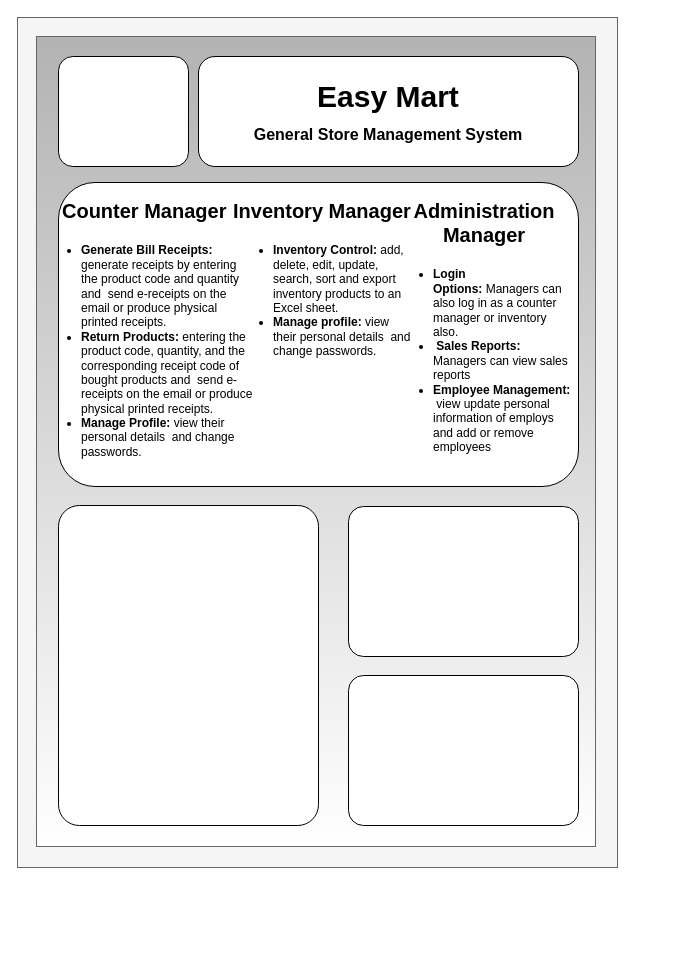
This is recipt_project/documentation/poster.drawio from FawadSaqlain/DBMS-PROJECT, a draw.io file, before an edit. Source tidied: cells renumbered, new cells numbered last; positions are measured from the earlier drawing's top-left corner, leaving out a move shared by most shapes. Both pictures are drawn from the tidied source at 100%, with x=0, y=0 at pixel (17, 17).
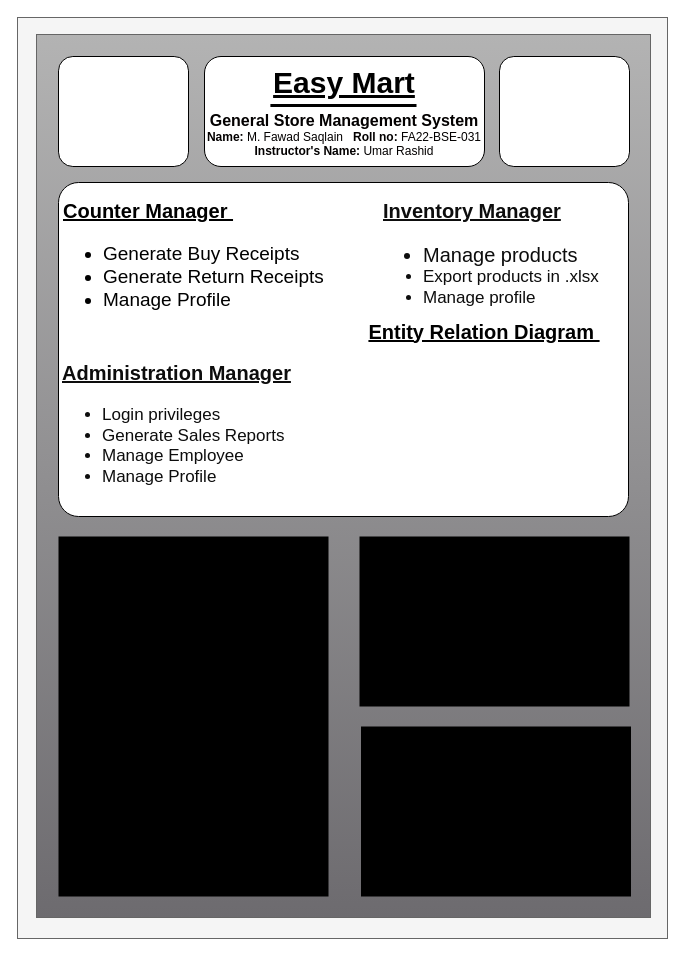
The same diagram, later.

Change to the diagram source:
```diff
@@
 <mxGraphModel>
   <root>
     <mxCell id="0" />
     <mxCell id="1" parent="0" />
     <mxCell id="2" style="rounded=0;whiteSpace=wrap;html=1;fillColor=#f5f5f5;fontColor=#db1414;strokeColor=#666666;" parent="1" vertex="1">
-      <mxGeometry width="600" height="850" as="geometry" />
+      <mxGeometry width="650" height="921" as="geometry" />
     </mxCell>
-    <mxCell id="3" style="rounded=0;whiteSpace=wrap;html=1;fillColor=default;gradientColor=#b3b3b3;strokeColor=#666666;rotation=-180;fontColor=#db1414;" parent="1" vertex="1">
-      <mxGeometry x="19" y="19" width="559" height="810" as="geometry" />
+    <mxCell id="3" style="rounded=0;whiteSpace=wrap;html=1;fillColor=#6d6b6f;gradientColor=#b3b3b3;strokeColor=#666666;rotation=-180;fontColor=#db1414;" parent="1" vertex="1">
+      <mxGeometry x="19" y="17" width="614" height="883" as="geometry" />
     </mxCell>
-    <mxCell id="4" value="&lt;h2 style=&quot;margin: 0px 0px 10px; padding: 0px; box-sizing: border-box; animation: 1.5s ease-out 0s 1 normal none running fadeInDown; font-family: Arial, sans-serif;&quot;&gt;&lt;font style=&quot;font-size: 30px;&quot; color=&quot;#000000&quot;&gt;Easy Mart&lt;/font&gt;&lt;/h2&gt;&lt;div style=&quot;font-size: 16px;&quot;&gt;&lt;font color=&quot;#030000&quot;&gt;&lt;b&gt;General Store Management System&lt;/b&gt;&lt;/font&gt;&lt;font style=&quot;font-size: 16px;&quot; color=&quot;#000000&quot;&gt;&lt;br&gt;&lt;/font&gt;&lt;/div&gt;" style="rounded=1;whiteSpace=wrap;html=1;fillColor=#ffffff;fontColor=#db1414;" parent="1" vertex="1">
-      <mxGeometry x="181" y="39" width="380" height="110" as="geometry" />
+    <mxCell id="4" value="&lt;h2 style=&quot;margin: 0px 0px 10px; padding: 0px; box-sizing: border-box; animation: 1.5s ease-out 0s 1 normal none running fadeInDown; font-family: Arial, sans-serif;&quot;&gt;&lt;font style=&quot;font-size: 30px;&quot; color=&quot;#000000&quot;&gt;&lt;u&gt;Easy Mart&lt;/u&gt;&lt;/font&gt;&lt;/h2&gt;&lt;div style=&quot;font-size: 16px;&quot;&gt;&lt;font color=&quot;#030000&quot;&gt;&lt;b&gt;General Store&amp;nbsp;&lt;/b&gt;&lt;/font&gt;&lt;b style=&quot;background-color: initial; color: rgb(3, 0, 0);&quot;&gt;Management System&lt;/b&gt;&lt;/div&gt;&lt;div style=&quot;&quot;&gt;&lt;font style=&quot;font-size: 12px;&quot; color=&quot;#030000&quot;&gt;&lt;b&gt;Name: &lt;/b&gt;M. Fawad Saqlain&lt;b&gt;&amp;nbsp; &amp;nbsp;Roll no: &lt;/b&gt;FA22-BSE-031&lt;/font&gt;&lt;/div&gt;&lt;div style=&quot;&quot;&gt;&lt;font style=&quot;font-size: 12px;&quot; color=&quot;#030000&quot;&gt;&lt;b&gt;Instructor's Name:&amp;nbsp;&lt;/b&gt;Umar Rashid&lt;/font&gt;&lt;/div&gt;" style="rounded=1;whiteSpace=wrap;html=1;fillColor=#ffffff;fontColor=#db1414;" parent="1" vertex="1">
+      <mxGeometry x="187" y="39" width="280" height="110" as="geometry" />
     </mxCell>
     <mxCell id="5" style="rounded=1;whiteSpace=wrap;html=1;fillColor=#ffffff;arcSize=13;fontColor=#db1414;" parent="1" vertex="1">
       <mxGeometry x="41" y="39" width="130" height="110" as="geometry" />
     </mxCell>
-    <mxCell id="6" style="rounded=1;whiteSpace=wrap;html=1;fillColor=#ffffff;arcSize=8;fontColor=#db1414;strokeColor=#000000;" parent="1" vertex="1">
-      <mxGeometry x="41" y="488" width="260" height="320" as="geometry" />
+    <mxCell id="6" style="rounded=1;whiteSpace=wrap;html=1;fillColor=#000000;arcSize=0;fontColor=#db1414;strokeColor=none;" parent="1" vertex="1">
+      <mxGeometry x="41" y="519" width="270" height="360" as="geometry" />
     </mxCell>
-    <mxCell id="7" style="rounded=1;whiteSpace=wrap;html=1;fillColor=#ffffff;arcSize=10;fontColor=#db1414;strokeColor=#000000;" parent="1" vertex="1">
-      <mxGeometry x="331" y="658" width="230" height="150" as="geometry" />
+    <mxCell id="7" style="rounded=1;whiteSpace=wrap;html=1;fillColor=#000000;arcSize=0;fontColor=#000000;strokeColor=none;" parent="1" vertex="1">
+      <mxGeometry x="343.5" y="709" width="270" height="170" as="geometry" />
     </mxCell>
-    <mxCell id="8" style="rounded=1;whiteSpace=wrap;html=1;fillColor=#ffffff;arcSize=10;fontColor=#db1414;strokeColor=#000000;" parent="1" vertex="1">
-      <mxGeometry x="331" y="489" width="230" height="150" as="geometry" />
+    <mxCell id="8" style="rounded=1;whiteSpace=wrap;html=1;fillColor=#000000;arcSize=0;fontColor=#db1414;strokeColor=none;" parent="1" vertex="1">
+      <mxGeometry x="342" y="519" width="270" height="170" as="geometry" />
     </mxCell>
-    <mxCell id="9" style="rounded=1;whiteSpace=wrap;html=1;fillColor=#ffffff;arcSize=12;fontColor=#db1414;" parent="1" vertex="1">
-      <mxGeometry x="41" y="165" width="520" height="304" as="geometry" />
+    <mxCell id="9" style="rounded=1;whiteSpace=wrap;html=1;fillColor=#ffffff;arcSize=6;fontColor=#db1414;" parent="1" vertex="1">
+      <mxGeometry x="41" y="165" width="570" height="334" as="geometry" />
     </mxCell>
+    <mxCell id="13" style="rounded=1;whiteSpace=wrap;html=1;fillColor=#ffffff;arcSize=13;fontColor=#db1414;" parent="1" vertex="1">
+      <mxGeometry x="482" y="39" width="130" height="110" as="geometry" />
+    </mxCell>
-    <mxCell id="10" value="&lt;h1 style=&quot;text-align: center; font-size: 20px;&quot;&gt;&lt;font style=&quot;font-size: 20px;&quot;&gt;Counter Manager&amp;nbsp;&lt;/font&gt;&lt;/h1&gt;&lt;p style=&quot;font-size: 20px;&quot;&gt;&lt;/p&gt;&lt;ul style=&quot;&quot;&gt;&lt;li style=&quot;&quot;&gt;&lt;b&gt;Generate Bill Receipts:&amp;nbsp; &lt;/b&gt;generate receipts by entering the product code and quantity and&amp;nbsp; send e-receipts on the email or produce physical printed receipts.&lt;br&gt;&lt;/li&gt;&lt;li style=&quot;&quot;&gt;&lt;b&gt;Return Products:&amp;nbsp;&lt;/b&gt;entering the product code, quantity, and the corresponding receipt code of bought products and&amp;nbsp; send e-receipts on&amp;nbsp;the email or produce physical printed receipts.&lt;/li&gt;&lt;li style=&quot;&quot;&gt;&lt;b&gt;Manage Profile:&amp;nbsp;&lt;/b&gt;view their personal details&amp;nbsp; and change passwords.&lt;/li&gt;&lt;/ul&gt;&lt;p&gt;&lt;/p&gt;" style="text;html=1;spacing=5;spacingTop=-20;whiteSpace=wrap;overflow=hidden;rounded=0;fontColor=#000000;" parent="1" vertex="1">
-      <mxGeometry x="19" y="179" width="220" height="270" as="geometry" />
+    <mxCell id="10" value="&lt;h1 style=&quot;font-size: 20px;&quot;&gt;&lt;font style=&quot;font-size: 20px;&quot;&gt;&lt;u&gt;Counter Manager&amp;nbsp;&lt;/u&gt;&lt;/font&gt;&lt;/h1&gt;&lt;p style=&quot;font-size: 20px;&quot;&gt;&lt;/p&gt;&lt;ul style=&quot;font-size: 19px;&quot;&gt;&lt;li style=&quot;&quot;&gt;Generate Buy Receipts&lt;br&gt;&lt;/li&gt;&lt;li style=&quot;&quot;&gt;Generate&amp;nbsp;Return Receipts&lt;/li&gt;&lt;li&gt;&lt;span style=&quot;background-color: initial;&quot;&gt;Manage Profile&lt;/span&gt;&lt;/li&gt;&lt;/ul&gt;&lt;p&gt;&lt;/p&gt;" style="text;html=1;spacing=5;spacingTop=-20;whiteSpace=wrap;overflow=hidden;rounded=0;fontColor=#000000;verticalAlign=top;" parent="1" vertex="1">
+      <mxGeometry x="41" y="179" width="275" height="152" as="geometry" />
     </mxCell>
-    <mxCell id="11" value="&lt;h1 style=&quot;font-size: 20px;&quot;&gt;&lt;font style=&quot;font-size: 20px;&quot;&gt;Inventory Manager&lt;/font&gt;&lt;/h1&gt;&lt;p style=&quot;font-size: 20px;&quot;&gt;&lt;/p&gt;&lt;ul style=&quot;&quot;&gt;&lt;li&gt;&lt;b&gt;Inventory Control:&amp;nbsp;&lt;/b&gt;add, delete, edit, update, search, sort and export inventory products to an Excel sheet.&amp;nbsp;&lt;/li&gt;&lt;li style=&quot;&quot;&gt;&lt;b&gt;Manage profile:&amp;nbsp;&lt;/b&gt;view their personal details&amp;nbsp; and change passwords.&lt;/li&gt;&lt;/ul&gt;&lt;p&gt;&lt;/p&gt;" style="text;html=1;spacing=5;spacingTop=-20;whiteSpace=wrap;overflow=hidden;rounded=0;fontColor=#000000;align=left;" parent="1" vertex="1">
-      <mxGeometry x="211" y="179" width="190" height="270" as="geometry" />
+    <mxCell id="11" value="&lt;h1 style=&quot;font-size: 20px;&quot;&gt;&lt;font style=&quot;font-size: 20px;&quot;&gt;&lt;u style=&quot;&quot;&gt;Inventory Manager&lt;/u&gt;&lt;/font&gt;&lt;/h1&gt;&lt;p style=&quot;font-size: 20px;&quot;&gt;&lt;/p&gt;&lt;ul style=&quot;font-size: 20px;&quot;&gt;&lt;li style=&quot;&quot;&gt;&lt;font style=&quot;font-size: 20px;&quot;&gt;Manage products&lt;/font&gt;&lt;/li&gt;&lt;li style=&quot;font-size: 17px;&quot;&gt;&lt;font style=&quot;font-size: 17px;&quot;&gt;Export products in .xlsx&lt;/font&gt;&lt;/li&gt;&lt;li style=&quot;font-size: 17px;&quot;&gt;&lt;font style=&quot;font-size: 17px;&quot;&gt;Manage profile&lt;/font&gt;&lt;/li&gt;&lt;/ul&gt;&lt;p&gt;&lt;/p&gt;" style="text;html=1;spacing=5;spacingTop=-20;whiteSpace=wrap;overflow=hidden;rounded=0;fontColor=#0D0D0D;align=left;" parent="1" vertex="1">
+      <mxGeometry x="361" y="179" width="235" height="130" as="geometry" />
     </mxCell>
-    <mxCell id="12" value="&lt;h1 style=&quot;text-align: center; font-size: 20px;&quot;&gt;&lt;font style=&quot;font-size: 20px;&quot;&gt;Administration Manager&lt;/font&gt;&lt;/h1&gt;&lt;p style=&quot;font-size: 20px;&quot;&gt;&lt;/p&gt;&lt;ul style=&quot;&quot;&gt;&lt;li&gt;&lt;b&gt;Login Options:&amp;nbsp;&lt;/b&gt;Managers can also log in as a counter manager or inventory also.&lt;/li&gt;&lt;li style=&quot;&quot;&gt;&amp;nbsp;&lt;b&gt;Sales Reports:&lt;/b&gt;&lt;br&gt;Managers can view sales reports&lt;/li&gt;&lt;li style=&quot;&quot;&gt;&lt;b&gt;Employee Management:&amp;nbsp; &amp;nbsp;&lt;/b&gt;view update personal information of employs and add or remove &lt;br&gt;employees&lt;/li&gt;&lt;/ul&gt;&lt;p&gt;&lt;/p&gt;" style="text;html=1;spacing=5;spacingTop=-20;whiteSpace=wrap;overflow=hidden;rounded=0;fontColor=#000000;" parent="1" vertex="1">
-      <mxGeometry x="371" y="179" width="190" height="270" as="geometry" />
+    <mxCell id="12" value="&lt;h1 style=&quot;text-align: center; font-size: 20px;&quot;&gt;&lt;font style=&quot;font-size: 20px;&quot;&gt;&lt;u&gt;Administration Manager&lt;/u&gt;&lt;/font&gt;&lt;/h1&gt;&lt;p style=&quot;font-size: 20px;&quot;&gt;&lt;/p&gt;&lt;ul style=&quot;font-size: 17px;&quot;&gt;&lt;li style=&quot;&quot;&gt;Login&amp;nbsp;privileges&lt;/li&gt;&lt;li style=&quot;&quot;&gt;Generate&amp;nbsp;Sales Reports&lt;br&gt;&lt;/li&gt;&lt;li style=&quot;&quot;&gt;Manage&amp;nbsp;Employee&lt;/li&gt;&lt;li&gt;Manage Profile&lt;/li&gt;&lt;/ul&gt;&lt;p&gt;&lt;/p&gt;" style="text;html=1;spacing=5;spacingTop=-20;whiteSpace=wrap;overflow=hidden;rounded=0;fontColor=#0D0D0D;" parent="1" vertex="1">
+      <mxGeometry x="40" y="341" width="239" height="130" as="geometry" />
     </mxCell>
+    <mxCell id="14" style="endArrow=none;html=1;rounded=0;strokeColor=#000000;jumpSize=5;strokeWidth=3;exitX=0.222;exitY=0.455;exitDx=0;exitDy=0;exitPerimeter=0;" parent="1" edge="1">
+      <mxGeometry relative="1" as="geometry">
+        <mxPoint x="252.9" y="88" as="sourcePoint" />
+        <mxPoint x="399" y="88" as="targetPoint" />
+      </mxGeometry>
+    </mxCell>
+    <mxCell id="15" value="&lt;font style=&quot;font-size: 20px;&quot; color=&quot;#000000&quot;&gt;&lt;b&gt;&lt;u&gt;Entity Relation Diagram&amp;nbsp;&lt;/u&gt;&lt;/b&gt;&lt;/font&gt;" style="text;html=1;align=center;verticalAlign=middle;whiteSpace=wrap;rounded=0;" parent="1" vertex="1">
+      <mxGeometry x="342" y="299" width="250" height="30" as="geometry" />
+    </mxCell>
   </root>
 </mxGraphModel>
```
